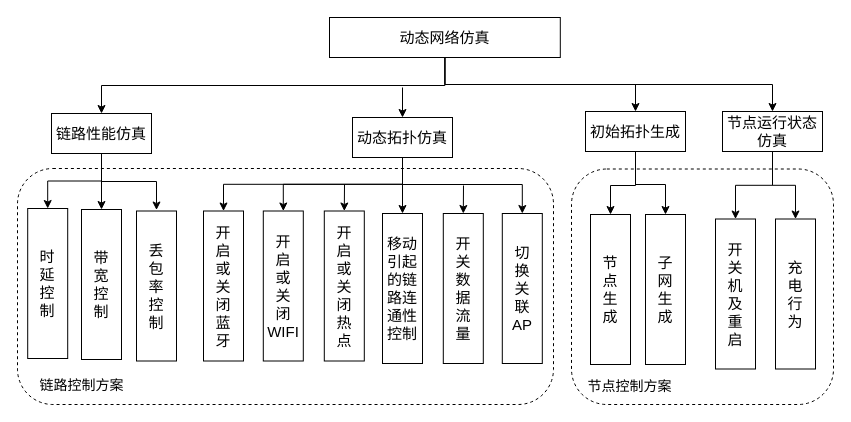
Earlier version of the draw.io diagram page "动态网络仿真需求" (6 of 8) of 网络控制技术_流程图.drawio (Icarus1994/neutron_conf). Source tidied: cells renumbered, new cells numbered last; positions are measured from the earlier drawing's top-left corner, leaving out a move shared by most shapes. Both pictures are drawn from the tidied source at 100%, with x=0, y=0 at pixel (17, 17).
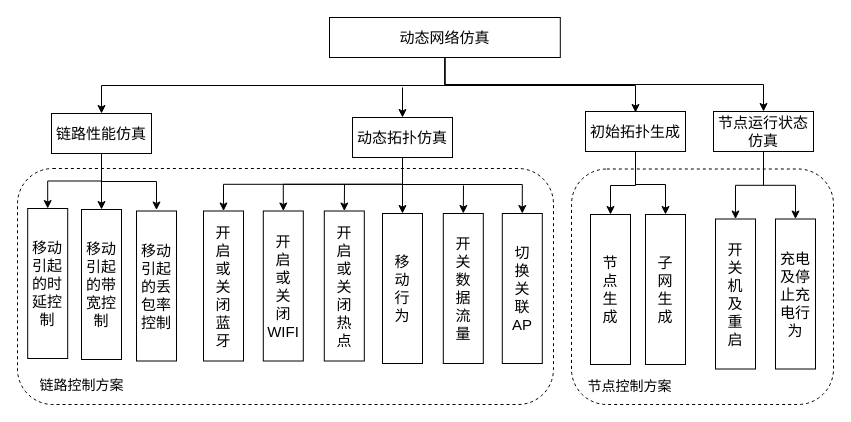
The same diagram, later.

Unchanged cells that the change refers to:
```xml
<mxCell id="8" value="&lt;font style=&quot;font-size: 15px&quot;&gt;动态网络仿真&lt;/font&gt;" style="rounded=0;whiteSpace=wrap;html=1;strokeWidth=1;fontSize=15;" parent="1" vertex="1">
  <mxGeometry x="312" width="230.8" height="40" as="geometry" />
</mxCell>
<mxCell id="11" value="&lt;font style=&quot;font-size: 15px&quot;&gt;初始拓扑生成&lt;/font&gt;" style="rounded=0;whiteSpace=wrap;html=1;strokeWidth=1;fontSize=15;" parent="1" vertex="1">
  <mxGeometry x="568" y="94" width="100" height="40" as="geometry" />
</mxCell>
```

What changed in the source:
```diff
@@
-    <mxCell id="4" style="edgeStyle=orthogonalEdgeStyle;rounded=0;jettySize=auto;html=1;exitX=0.5;exitY=1;exitDx=0;exitDy=0;entryX=0.5;entryY=0;entryDx=0;entryDy=0;" parent="1" edge="1" source="8" target="11">
-      <mxGeometry relative="1" as="geometry" />
+    <mxCell id="4" style="edgeStyle=orthogonalEdgeStyle;rounded=0;orthogonalLoop=1;jettySize=auto;html=1;exitX=0.5;exitY=1;exitDx=0;exitDy=0;entryX=0.5;entryY=0;entryDx=0;entryDy=0;" parent="1" edge="1">
+      <mxGeometry relative="1" as="geometry">
+        <mxPoint x="427.4" y="41" as="sourcePoint" />
+        <mxPoint x="618" y="95" as="targetPoint" />
+        <Array as="points">
+          <mxPoint x="427" y="68" />
+          <mxPoint x="618" y="68" />
+        </Array>
+      </mxGeometry>
     </mxCell>
-    <mxCell id="5" style="edgeStyle=orthogonalEdgeStyle;rounded=0;jettySize=auto;html=1;exitX=0.5;exitY=1;exitDx=0;exitDy=0;entryX=0.5;entryY=0;entryDx=0;entryDy=0;" parent="1" edge="1" source="8" target="27">
-      <mxGeometry relative="1" as="geometry" />
-    </mxCell>
@@
+    <mxCell id="5" style="edgeStyle=elbowEdgeStyle;rounded=0;jettySize=auto;html=1;exitX=0.5;exitY=1;exitDx=0;exitDy=0;entryX=0.5;entryY=0;entryDx=0;entryDy=0;elbow=vertical;" parent="1" edge="1" source="8" target="27">
+      <mxGeometry relative="1" as="geometry">
+        <Array as="points">
+          <mxPoint x="685" y="67" />
+        </Array>
+      </mxGeometry>
+    </mxCell>
@@
     <mxCell id="27" value="&lt;font style=&quot;font-size: 15px&quot;&gt;节点运行状态仿真&lt;/font&gt;" style="rounded=0;whiteSpace=wrap;html=1;strokeWidth=1;fontSize=15;" parent="1" vertex="1">
-      <mxGeometry x="705" y="94" width="100" height="40" as="geometry" />
+      <mxGeometry x="696" y="94" width="100" height="40" as="geometry" />
     </mxCell>
-    <mxCell id="28" value="充&lt;br&gt;电&lt;br&gt;行&lt;br&gt;为" style="rounded=0;whiteSpace=wrap;html=1;strokeWidth=1;fontSize=15;" parent="1" vertex="1">
+    <mxCell id="28" value="充电&lt;br&gt;及停&lt;br&gt;止充&lt;br&gt;电行&lt;br&gt;为" style="rounded=0;whiteSpace=wrap;html=1;strokeWidth=1;fontSize=15;" parent="1" vertex="1">
       <mxGeometry x="758" y="201.5" width="40" height="150" as="geometry" />
     </mxCell>
-    <mxCell id="29" value="&lt;font style=&quot;font-size: 15px&quot;&gt;时&lt;br&gt;延&lt;br&gt;控&lt;br&gt;制&lt;/font&gt;" style="rounded=0;whiteSpace=wrap;html=1;strokeWidth=1;fontSize=15;" parent="1" vertex="1">
+    <mxCell id="29" value="&lt;font style=&quot;font-size: 15px&quot;&gt;移动&lt;br&gt;引起&lt;br&gt;的时&lt;br&gt;延控&lt;br&gt;制&lt;/font&gt;" style="rounded=0;whiteSpace=wrap;html=1;strokeWidth=1;fontSize=15;" parent="1" vertex="1">
       <mxGeometry x="10.2" y="191" width="40" height="150" as="geometry" />
     </mxCell>
@@
-    <mxCell id="33" value="带&lt;br&gt;宽&lt;br&gt;控&lt;br&gt;制" style="rounded=0;whiteSpace=wrap;html=1;strokeWidth=1;fontSize=15;" parent="1" vertex="1">
+    <mxCell id="33" value="移动&lt;br&gt;引起&lt;br&gt;的带&lt;br&gt;宽控&lt;br&gt;制" style="rounded=0;whiteSpace=wrap;html=1;strokeWidth=1;fontSize=15;" parent="1" vertex="1">
       <mxGeometry x="64" y="192" width="40" height="150" as="geometry" />
     </mxCell>
@@
-    <mxCell id="36" value="丢&lt;br&gt;包&lt;br&gt;率&lt;br&gt;控&lt;br&gt;制" style="rounded=0;whiteSpace=wrap;html=1;strokeWidth=1;fontSize=15;" parent="1" vertex="1">
+    <mxCell id="36" value="移动&lt;br&gt;引起&lt;br&gt;的丢&lt;br&gt;包率&lt;br&gt;控制" style="rounded=0;whiteSpace=wrap;html=1;strokeWidth=1;fontSize=15;" parent="1" vertex="1">
       <mxGeometry x="119" y="193.5" width="40" height="150" as="geometry" />
     </mxCell>
@@
-    <mxCell id="38" value="移动引起的链路连通性控制" style="rounded=0;whiteSpace=wrap;html=1;strokeWidth=1;fontSize=15;" parent="1" vertex="1">
+    <mxCell id="38" value="移&lt;br&gt;动&lt;br&gt;行&lt;br&gt;为" style="rounded=0;whiteSpace=wrap;html=1;strokeWidth=1;fontSize=15;" parent="1" vertex="1">
       <mxGeometry x="365" y="196" width="40" height="150" as="geometry" />
     </mxCell>
```
